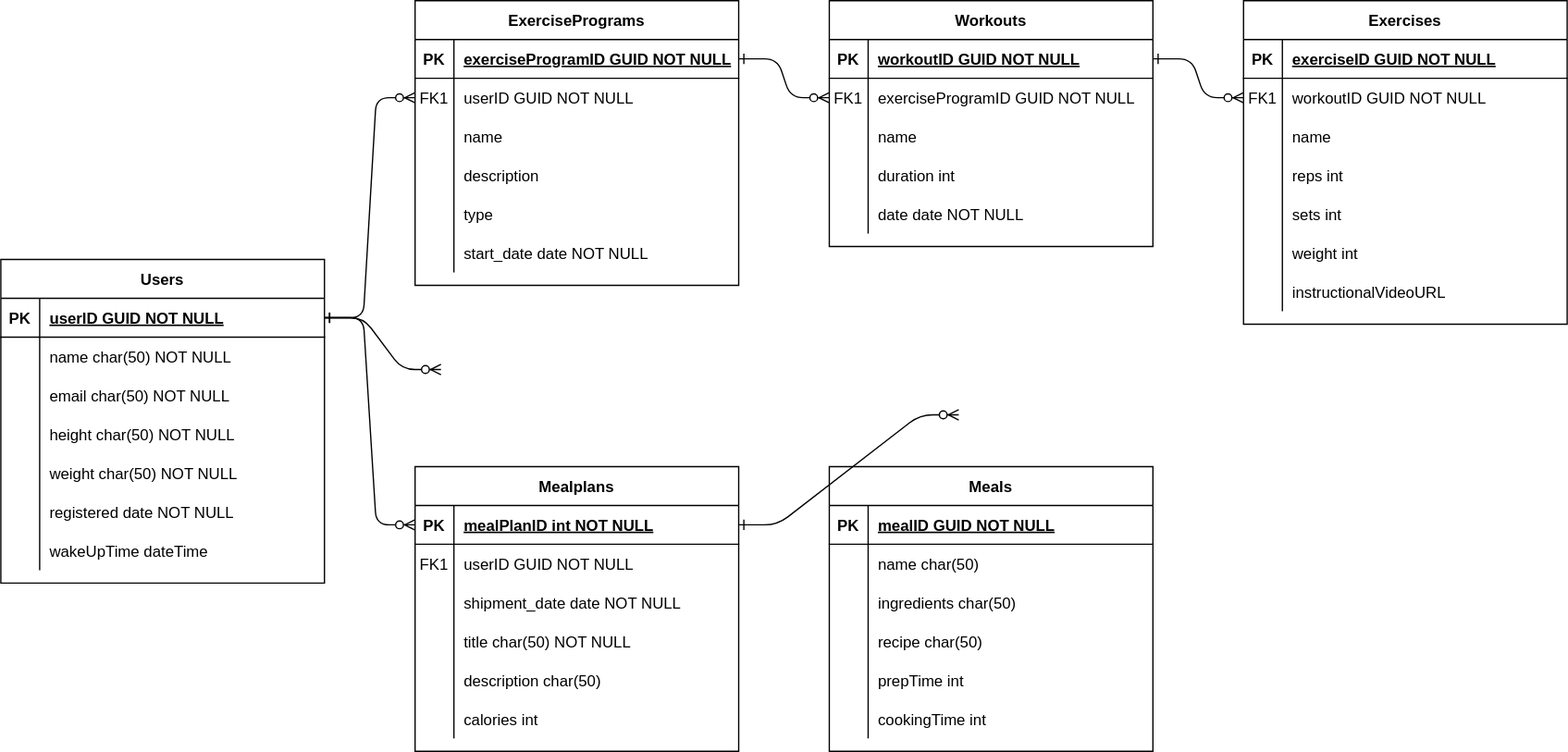
Earlier version of the draw.io export Entity Diagram.drawio.svg (Teknikos/FitnessApp). Source tidied: cells renumbered, new cells last; positions are measured from the earlier drawing's top-left corner, leaving out a move shared by most shapes.
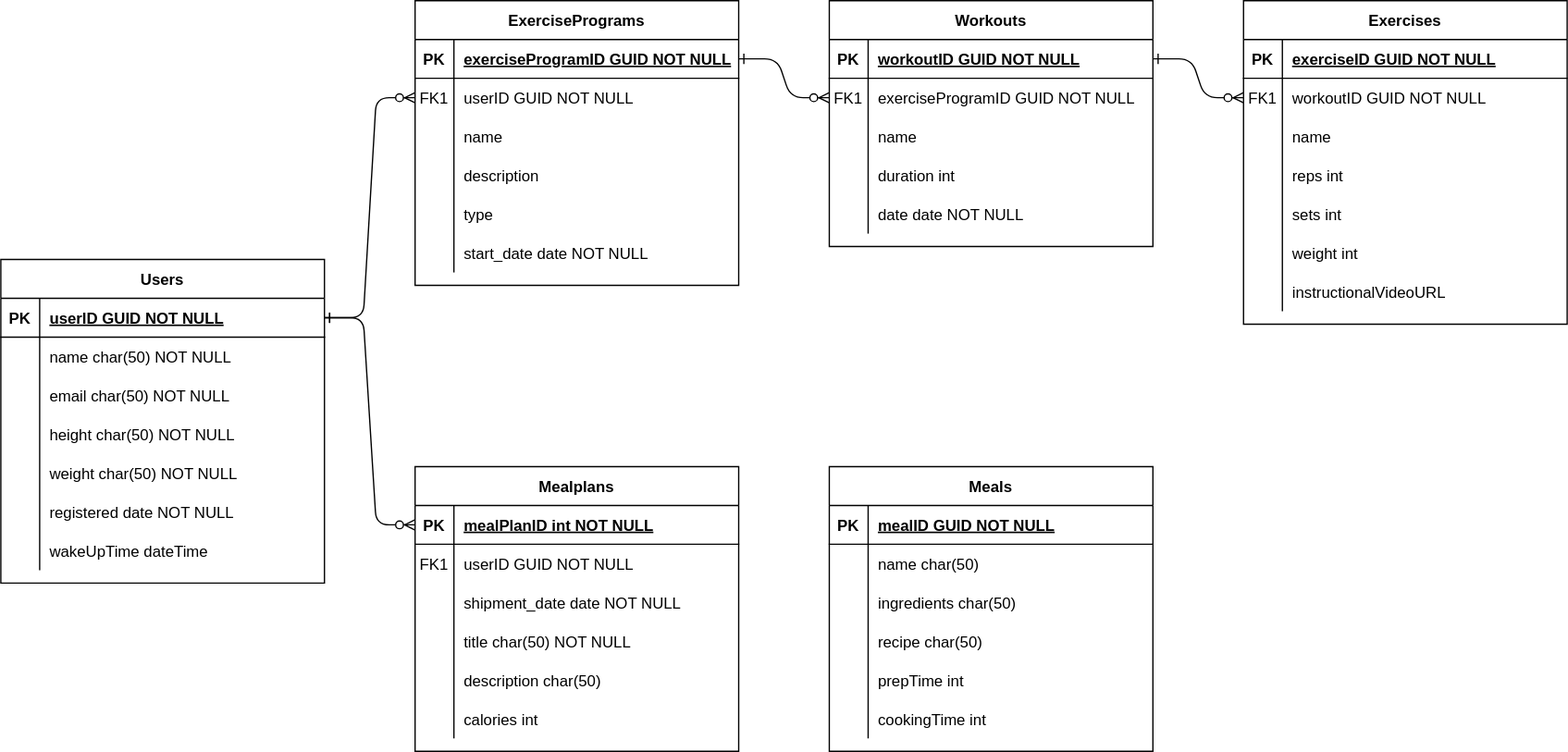
After the change.

What changed in the source:
```diff
@@ -5,11 +5,6 @@
     <mxCell id="2" style="edgeStyle=entityRelationEdgeStyle;endArrow=ERzeroToMany;startArrow=ERone;endFill=1;startFill=0;" parent="1" edge="1" source="43" target="8">
       <mxGeometry relative="1" as="geometry" />
     </mxCell>
-    <mxCell id="3" style="edgeStyle=entityRelationEdgeStyle;endArrow=ERzeroToMany;startArrow=ERone;endFill=1;startFill=0;exitX=1;exitY=0.5;exitDx=0;exitDy=0;" parent="1" edge="1" source="43">
-      <mxGeometry relative="1" as="geometry">
-        <mxPoint x="340" y="285" as="targetPoint" />
-      </mxGeometry>
-    </mxCell>
     <mxCell id="4" value="ExercisePrograms" style="shape=table;startSize=30;rowLines=0;fontStyle=1;align=center;" parent="1" vertex="1">
       <mxGeometry x="320" width="250" height="220" as="geometry" />
     </mxCell>
@@ -274,11 +269,6 @@
     <mxCell id="91" value="cookingTime int" style="shape=partialRectangle;overflow=hidden;fillColor=none;top=0;left=0;bottom=0;right=0;align=left;spacingLeft=6;" parent="89" vertex="1">
       <mxGeometry x="30" width="220" height="30" as="geometry" />
     </mxCell>
-    <mxCell id="92" style="edgeStyle=entityRelationEdgeStyle;endArrow=ERzeroToMany;startArrow=ERone;endFill=1;startFill=0;" parent="1" edge="1" source="24">
-      <mxGeometry relative="1" as="geometry">
-        <mxPoint x="740" y="320" as="targetPoint" />
-      </mxGeometry>
-    </mxCell>
     <mxCell id="93" value="Workouts" style="shape=table;startSize=30;rowLines=0;fontStyle=1;align=center;" parent="1" vertex="1">
       <mxGeometry x="640" width="250" height="190" as="geometry" />
     </mxCell>
```
